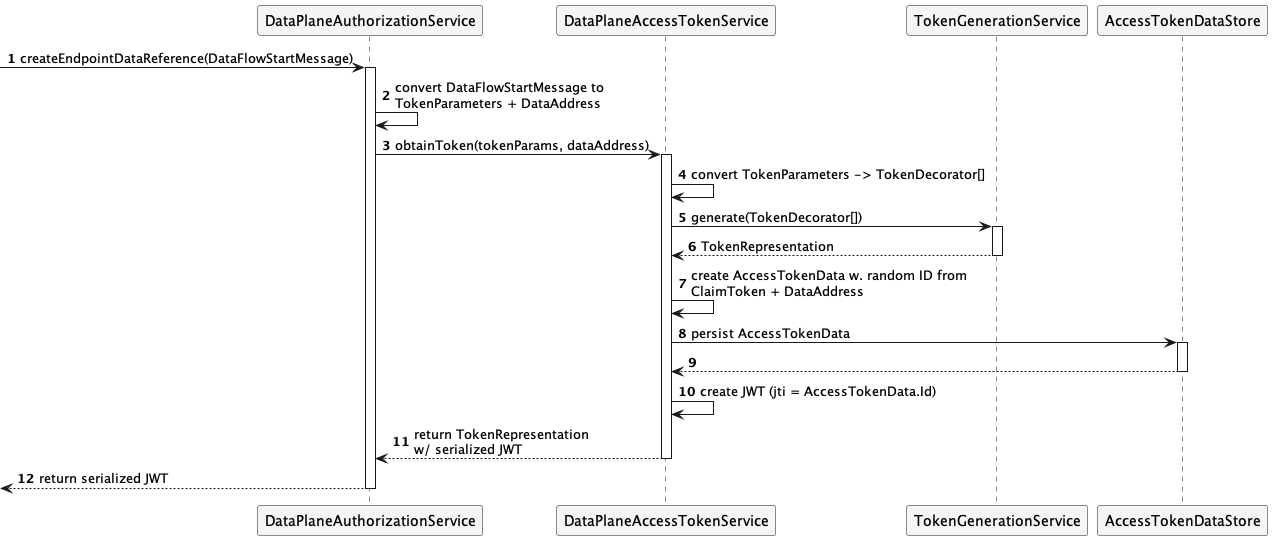
eclipse-edc/Connector keeps this PlantUML diagram as docs/developer/data-plane-signaling/data-plane-signaling_create-token.png. Above is the earlier version.
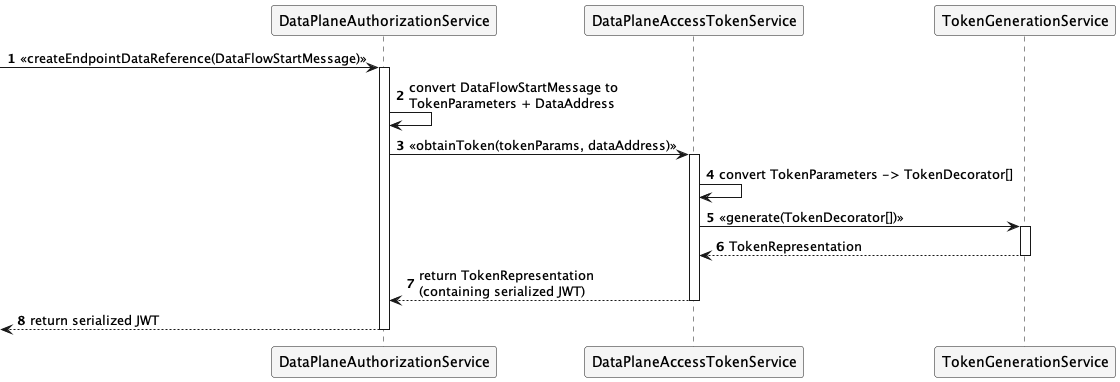
Above is the later version.

Diff of the diagram source:
```diff
@@ -15,26 +15,20 @@
 participant DataPlaneAuthorizationService as dpauths
 participant DataPlaneAccessTokenService as dpats
 participant TokenGenerationService as tgs
-participant AccessTokenDataStore as store
 
-
-[-> dpauths: createEndpointDataReference(DataFlowStartMessage)
+[-> dpauths: <<createEndpointDataReference(DataFlowStartMessage)>>
 activate dpauths
 dpauths -> dpauths: convert DataFlowStartMessage to \nTokenParameters + DataAddress
-dpauths -> dpats: obtainToken(tokenParams, dataAddress)
+dpauths -> dpats: <<obtainToken(tokenParams, dataAddress)>>
 activate dpats
 
 dpats->dpats: convert TokenParameters -> TokenDecorator[]
-dpats -> tgs: generate(TokenDecorator[])
+
+dpats -> tgs: <<generate(TokenDecorator[])>>
 activate tgs
 return TokenRepresentation
-deactivate tgs
-dpats -> dpats: create AccessTokenData w. random ID from \nClaimToken + DataAddress
-dpats -> store: persist AccessTokenData
-activate store
-return
-dpats -> dpats: create JWT (jti = AccessTokenData.Id)
-dpats --> dpauths: return TokenRepresentation \nw/ serialized JWT
+
+dpats --> dpauths: return TokenRepresentation \n(containing serialized JWT)
 deactivate dpats
 [<-- dpauths: return serialized JWT
 deactivate dpauths
```
